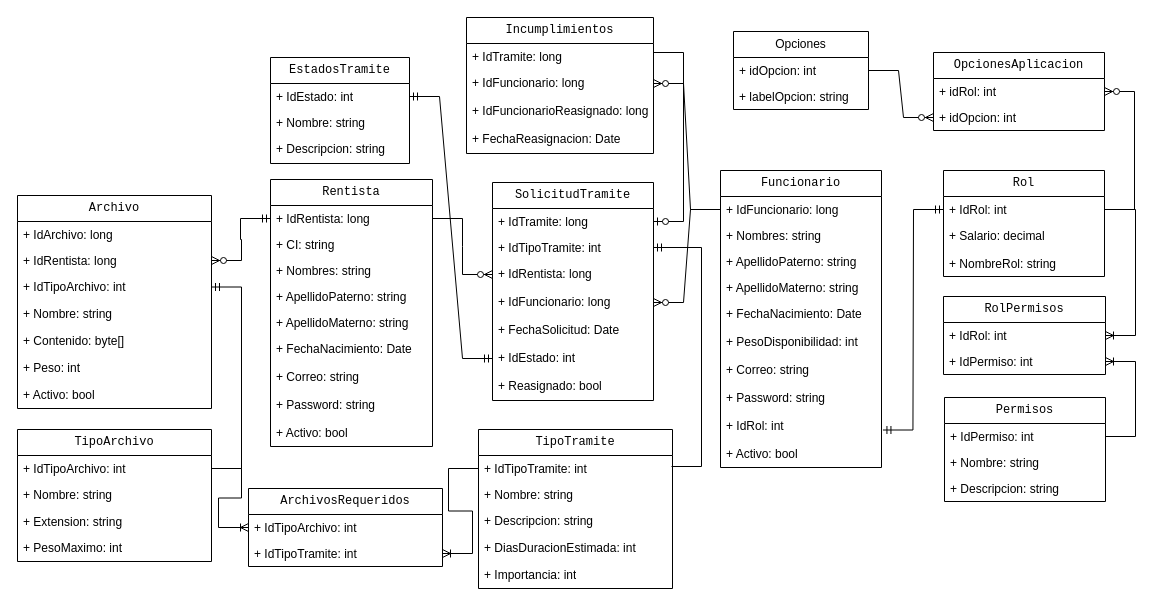
Above: Documentacion/diagramaEntidadRelacion.drawio in BiMq0/MiTramite.bo (draw.io), before the change. Source tidied: cells renumbered, new cells numbered last; positions are measured from the earlier drawing's top-left corner, leaving out a move shared by most shapes. Both pictures are drawn from the tidied source at 100%, with x=0, y=0 at pixel (17, 17).
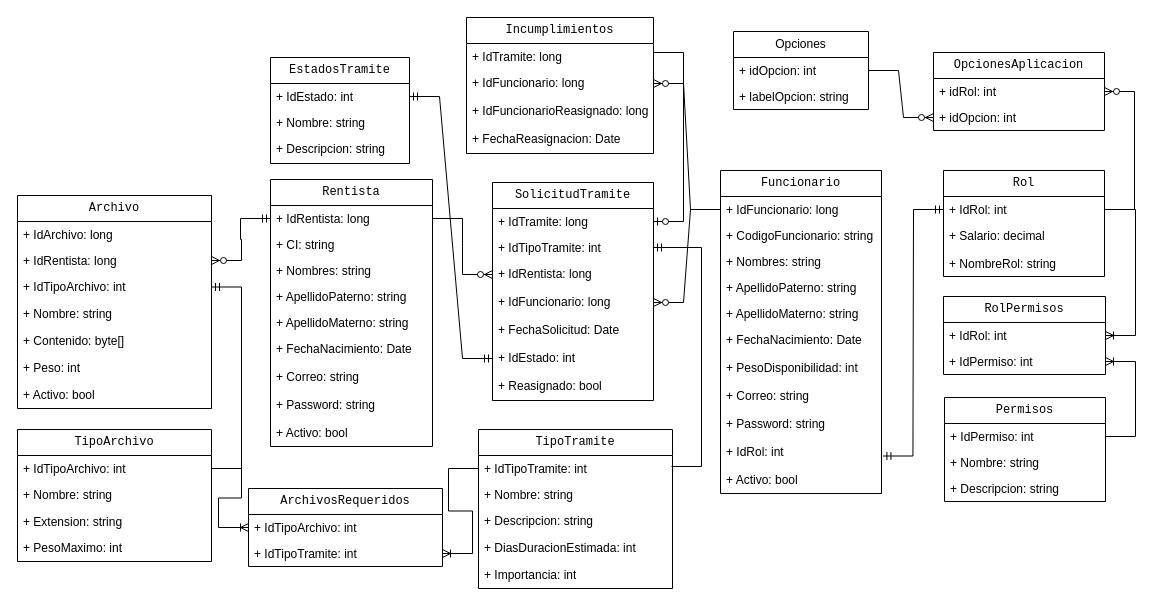
The same page after the edit.

Commit message:
actualizacion de diagrama entidad relacion

Diff of the diagram source:
```diff
@@
     <mxCell id="12" value="Funcionario" style="swimlane;fontStyle=0;horizontal=1;startSize=26;fillColor=none;whiteSpace=wrap;html=1;fontFamily=Courier New;labelBackgroundColor=none;" parent="1" vertex="1">
-      <mxGeometry x="703" y="153" width="161" height="297" as="geometry" />
+      <mxGeometry x="703" y="153" width="161" height="323" as="geometry" />
     </mxCell>
@@
+    <mxCell id="94" value="+ CodigoFuncionario: string" style="text;strokeColor=none;fillColor=none;align=left;verticalAlign=top;spacingLeft=4;spacingRight=4;overflow=hidden;whiteSpace=wrap;html=1;labelBackgroundColor=none;" parent="12" vertex="1">
+      <mxGeometry y="52" width="161" height="26" as="geometry" />
+    </mxCell>
     <mxCell id="14" value="+ Nombres: string" style="text;strokeColor=none;fillColor=none;align=left;verticalAlign=top;spacingLeft=4;spacingRight=4;overflow=hidden;whiteSpace=wrap;html=1;labelBackgroundColor=none;" parent="12" vertex="1">
-      <mxGeometry y="52" width="161" height="26" as="geometry" />
+      <mxGeometry y="78" width="161" height="26" as="geometry" />
     </mxCell>
     <mxCell id="15" value="+ ApellidoPaterno: string" style="text;strokeColor=none;fillColor=none;align=left;verticalAlign=top;spacingLeft=4;spacingRight=4;overflow=hidden;whiteSpace=wrap;html=1;labelBackgroundColor=none;" parent="12" vertex="1">
-      <mxGeometry y="78" width="161" height="26" as="geometry" />
+      <mxGeometry y="104" width="161" height="26" as="geometry" />
     </mxCell>
     <mxCell id="16" value="+ ApellidoMaterno: string" style="text;strokeColor=none;fillColor=none;align=left;verticalAlign=top;spacingLeft=4;spacingRight=4;overflow=hidden;whiteSpace=wrap;html=1;labelBackgroundColor=none;" parent="12" vertex="1">
-      <mxGeometry y="104" width="161" height="26" as="geometry" />
+      <mxGeometry y="130" width="161" height="26" as="geometry" />
     </mxCell>
     <mxCell id="17" value="+ FechaNacimiento: Date" style="text;strokeColor=none;fillColor=none;align=left;verticalAlign=top;spacingLeft=4;spacingRight=4;overflow=hidden;whiteSpace=wrap;html=1;labelBackgroundColor=none;" parent="12" vertex="1">
-      <mxGeometry y="130" width="161" height="28" as="geometry" />
+      <mxGeometry y="156" width="161" height="28" as="geometry" />
     </mxCell>
     <mxCell id="18" value="+ PesoDisponibilidad: int" style="text;strokeColor=none;fillColor=none;align=left;verticalAlign=top;spacingLeft=4;spacingRight=4;overflow=hidden;whiteSpace=wrap;html=1;labelBackgroundColor=none;" parent="12" vertex="1">
-      <mxGeometry y="158" width="161" height="28" as="geometry" />
+      <mxGeometry y="184" width="161" height="28" as="geometry" />
     </mxCell>
     <mxCell id="19" value="+ Correo: string" style="text;strokeColor=none;fillColor=none;align=left;verticalAlign=top;spacingLeft=4;spacingRight=4;overflow=hidden;whiteSpace=wrap;html=1;labelBackgroundColor=none;" parent="12" vertex="1">
-      <mxGeometry y="186" width="161" height="28" as="geometry" />
+      <mxGeometry y="212" width="161" height="28" as="geometry" />
     </mxCell>
     <mxCell id="20" value="+ Password: string" style="text;strokeColor=none;fillColor=none;align=left;verticalAlign=top;spacingLeft=4;spacingRight=4;overflow=hidden;whiteSpace=wrap;html=1;labelBackgroundColor=none;" parent="12" vertex="1">
-      <mxGeometry y="214" width="161" height="28" as="geometry" />
+      <mxGeometry y="240" width="161" height="28" as="geometry" />
     </mxCell>
     <mxCell id="21" value="+ IdRol: int" style="text;strokeColor=none;fillColor=none;align=left;verticalAlign=top;spacingLeft=4;spacingRight=4;overflow=hidden;points=[[0,0.5],[1,0.5]];portConstraint=eastwest;whiteSpace=wrap;html=1;labelBackgroundColor=none;" parent="12" vertex="1">
-      <mxGeometry y="242" width="161" height="28" as="geometry" />
+      <mxGeometry y="268" width="161" height="28" as="geometry" />
     </mxCell>
     <mxCell id="22" value="+ Activo: bool" style="text;strokeColor=none;fillColor=none;align=left;verticalAlign=top;spacingLeft=4;spacingRight=4;overflow=hidden;whiteSpace=wrap;html=1;labelBackgroundColor=none;" parent="12" vertex="1">
-      <mxGeometry y="270" width="161" height="27" as="geometry" />
+      <mxGeometry y="296" width="161" height="27" as="geometry" />
     </mxCell>
```
